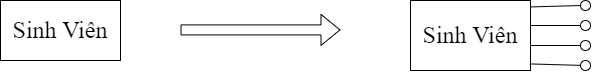
This is Luật thứ sáu(trên xuống).png from datnham0212/learning, a draw.io export, as it was before one commit. Source tidied: cells renumbered, new cells last; positions are measured from the earlier drawing's top-left corner, leaving out a move shared by most shapes.
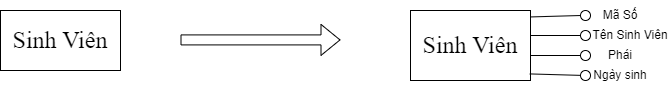
Later version of the same file.

The edit, as a diff of the source:
```diff
@@ -53,5 +53,17 @@
     <mxCell id="14" style="ellipse;whiteSpace=wrap;html=1;" parent="1" vertex="1">
       <mxGeometry x="580" y="60" width="10" height="10" as="geometry" />
     </mxCell>
+    <mxCell id="15" value="Mã Số" style="text;html=1;strokeColor=none;fillColor=none;align=center;verticalAlign=middle;whiteSpace=wrap;rounded=0;" parent="1" vertex="1">
+      <mxGeometry x="590" y="-10" width="60" height="30" as="geometry" />
+    </mxCell>
+    <mxCell id="16" value="Tên Sinh Viên" style="text;html=1;strokeColor=none;fillColor=none;align=center;verticalAlign=middle;whiteSpace=wrap;rounded=0;" parent="1" vertex="1">
+      <mxGeometry x="590" y="10" width="80" height="30" as="geometry" />
+    </mxCell>
+    <mxCell id="17" value="Phái" style="text;html=1;strokeColor=none;fillColor=none;align=center;verticalAlign=middle;whiteSpace=wrap;rounded=0;" parent="1" vertex="1">
+      <mxGeometry x="590" y="30" width="60" height="30" as="geometry" />
+    </mxCell>
+    <mxCell id="18" value="Ngày sinh" style="text;html=1;strokeColor=none;fillColor=none;align=center;verticalAlign=middle;whiteSpace=wrap;rounded=0;" parent="1" vertex="1">
+      <mxGeometry x="590" y="50" width="60" height="30" as="geometry" />
+    </mxCell>
   </root>
 </mxGraphModel>
```
